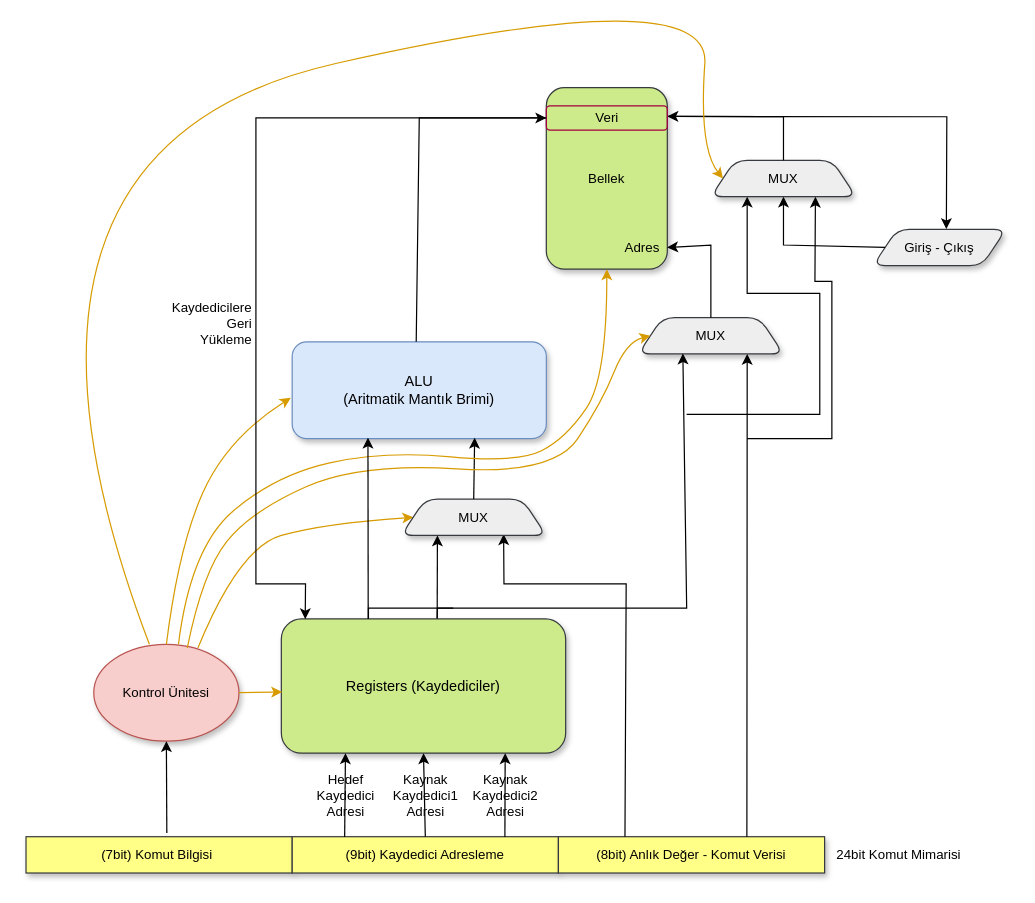
Before: Application/mimari.drawio in MusaAkyuz/8bit-Computer, a draw.io diagram. Source tidied: cells renumbered, new cells numbered last; positions are measured from the earlier drawing's top-left corner, leaving out a move shared by most shapes. Both pictures are drawn from the tidied source at 121%, with x=0, y=0 at pixel (-40, -22).
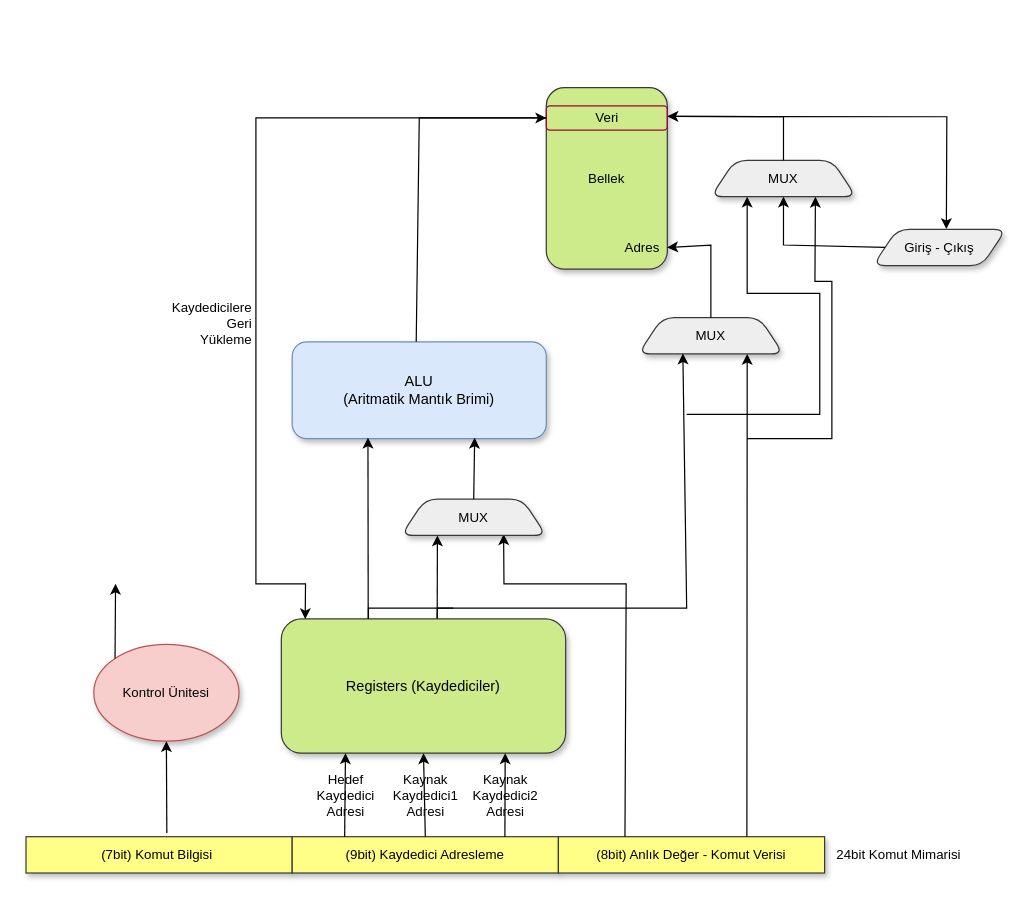
Above is the later version.

Unchanged cells that the change refers to:
```xml
<mxCell id="2" value="ALU &lt;br&gt;(Aritmatik Mantık Brimi)" style="rounded=1;whiteSpace=wrap;html=1;fillColor=#dae8fc;strokeColor=#6c8ebf;labelBorderColor=none;labelBackgroundColor=none;shadow=1;" parent="1" vertex="1">
  <mxGeometry x="274" y="300" width="210" height="80" as="geometry" />
</mxCell>
<mxCell id="3" value="Registers (Kaydediciler)" style="rounded=1;whiteSpace=wrap;html=1;fillColor=#cdeb8b;strokeColor=#36393d;labelBorderColor=none;labelBackgroundColor=none;shadow=1;" parent="1" vertex="1">
  <mxGeometry x="265" y="529" width="235" height="111" as="geometry" />
</mxCell>
<mxCell id="4" value="Kontrol Ünitesi" style="ellipse;whiteSpace=wrap;html=1;fontSize=11;fillColor=#f8cecc;strokeColor=#b85450;labelBorderColor=none;labelBackgroundColor=none;sketch=0;shadow=1;" parent="1" vertex="1">
  <mxGeometry x="110" y="550" width="120" height="80" as="geometry" />
</mxCell>
<mxCell id="16" value="Bellek" style="rounded=1;whiteSpace=wrap;html=1;fontSize=11;fillColor=#cdeb8b;strokeColor=#36393d;labelBorderColor=none;labelBackgroundColor=none;shadow=1;" parent="1" vertex="1">
  <mxGeometry x="484" y="90" width="100" height="150" as="geometry" />
</mxCell>
<mxCell id="19" value="MUX" style="shape=trapezoid;perimeter=trapezoidPerimeter;whiteSpace=wrap;html=1;fixedSize=1;shadow=1;fontSize=11;fillColor=#eeeeee;strokeColor=#36393d;labelBorderColor=none;labelBackgroundColor=none;rounded=1;" parent="1" vertex="1">
  <mxGeometry x="364" y="430" width="120" height="30" as="geometry" />
</mxCell>
<mxCell id="23" value="MUX" style="shape=trapezoid;perimeter=trapezoidPerimeter;whiteSpace=wrap;html=1;fixedSize=1;shadow=1;fontSize=11;fillColor=#eeeeee;strokeColor=#36393d;labelBorderColor=none;labelBackgroundColor=none;rounded=1;" parent="1" vertex="1">
  <mxGeometry x="560" y="280" width="120" height="30" as="geometry" />
</mxCell>
<mxCell id="28" value="MUX" style="shape=trapezoid;perimeter=trapezoidPerimeter;whiteSpace=wrap;html=1;fixedSize=1;shadow=1;fontSize=11;fillColor=#eeeeee;strokeColor=#36393d;labelBorderColor=none;labelBackgroundColor=none;rounded=1;" parent="1" vertex="1">
  <mxGeometry x="620" y="150" width="120" height="30" as="geometry" />
</mxCell>
```

The edit, as a diff of the source:
```diff
@@
-    <mxCell id="5" style="curved=1;endArrow=classic;html=1;rounded=0;fontSize=11;entryX=-0.006;entryY=0.579;entryDx=0;entryDy=0;entryPerimeter=0;exitX=0.5;exitY=0;exitDx=0;exitDy=0;fillColor=#ffe6cc;strokeColor=#d79b00;labelBorderColor=none;labelBackgroundColor=none;" parent="1" edge="1" source="4" target="2">
-      <mxGeometry relative="1" as="geometry">
-        <Array as="points">
-          <mxPoint x="180" y="470" />
-          <mxPoint x="220" y="380" />
-        </Array>
-      </mxGeometry>
-    </mxCell>
@@
-    <mxCell id="17" style="curved=1;endArrow=classic;html=1;rounded=0;fontSize=11;entryX=0;entryY=0.5;entryDx=0;entryDy=0;exitX=0.717;exitY=0.039;exitDx=0;exitDy=0;fillColor=#ffe6cc;strokeColor=#d79b00;exitPerimeter=0;labelBorderColor=none;labelBackgroundColor=none;" parent="1" edge="1" source="4" target="19">
-      <mxGeometry relative="1" as="geometry">
-        <Array as="points">
-          <mxPoint x="230" y="470" />
-          <mxPoint x="300" y="450" />
-        </Array>
-      </mxGeometry>
-    </mxCell>
@@
-    <mxCell id="26" style="curved=1;endArrow=classic;html=1;rounded=0;fontSize=11;entryX=0;entryY=0.5;entryDx=0;entryDy=0;exitX=0.644;exitY=0.038;exitDx=0;exitDy=0;fillColor=#ffe6cc;strokeColor=#d79b00;exitPerimeter=0;labelBorderColor=none;labelBackgroundColor=none;" parent="1" edge="1" source="4" target="23">
-      <mxGeometry relative="1" as="geometry">
-        <Array as="points">
-          <mxPoint x="200" y="490" />
-          <mxPoint x="240" y="440" />
-          <mxPoint x="330" y="400" />
-          <mxPoint x="490" y="410" />
-          <mxPoint x="530" y="350" />
-          <mxPoint x="550" y="300" />
-        </Array>
-      </mxGeometry>
-    </mxCell>
-    <mxCell id="27" style="curved=1;endArrow=classic;html=1;rounded=0;fontSize=11;entryX=0.5;entryY=1;entryDx=0;entryDy=0;exitX=0.583;exitY=0;exitDx=0;exitDy=0;fillColor=#ffe6cc;strokeColor=#d79b00;exitPerimeter=0;labelBorderColor=none;labelBackgroundColor=none;" parent="1" edge="1" source="4" target="16">
-      <mxGeometry relative="1" as="geometry">
-        <Array as="points">
-          <mxPoint x="190" y="470" />
-          <mxPoint x="260" y="410" />
-          <mxPoint x="350" y="390" />
-          <mxPoint x="460" y="400" />
-          <mxPoint x="500" y="380" />
-          <mxPoint x="534" y="330" />
-        </Array>
-      </mxGeometry>
-    </mxCell>
@@
-    <mxCell id="40" style="curved=1;endArrow=classic;html=1;rounded=0;fontSize=11;entryX=0;entryY=0.5;entryDx=0;entryDy=0;exitX=0.383;exitY=0;exitDx=0;exitDy=0;fillColor=#ffe6cc;strokeColor=#d79b00;exitPerimeter=0;labelBorderColor=none;labelBackgroundColor=none;" parent="1" edge="1" source="4" target="28">
-      <mxGeometry relative="1" as="geometry">
-        <Array as="points">
-          <mxPoint y="140" />
-          <mxPoint x="620" />
-          <mxPoint x="610" y="140" />
-        </Array>
-      </mxGeometry>
-    </mxCell>
@@
-    <mxCell id="45" style="endArrow=classic;html=1;rounded=0;fontSize=11;entryX=0.003;entryY=0.544;entryDx=0;entryDy=0;entryPerimeter=0;exitX=1;exitY=0.5;exitDx=0;exitDy=0;fillColor=#ffe6cc;strokeColor=#d79b00;labelBorderColor=none;labelBackgroundColor=none;" parent="1" edge="1" source="4" target="3">
-      <mxGeometry relative="1" as="geometry" />
-    </mxCell>
+    <mxCell id="46" style="endArrow=classic;html=1;rounded=0;exitX=0;exitY=0;exitDx=0;exitDy=0;" parent="1" edge="1" source="4">
+      <mxGeometry relative="1" as="geometry">
+        <mxPoint x="128" y="500" as="targetPoint" />
+      </mxGeometry>
+    </mxCell>
```
